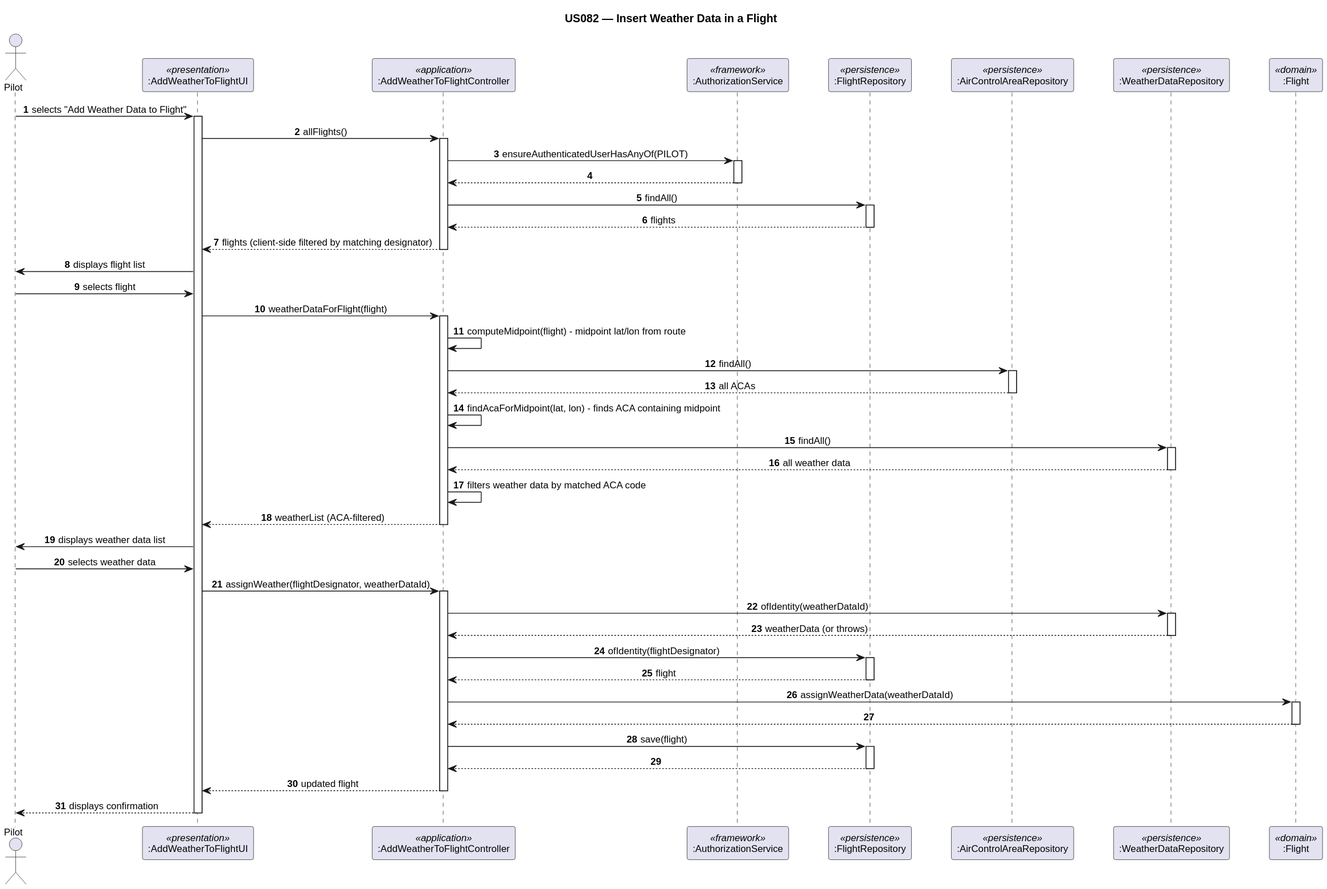
Above: docs/Sprint3/EAPLI/us_082/sd_us082_add_weather_data_to_flight.svg in 1240826/aisafe-flight-control (PlantUML), before the change.
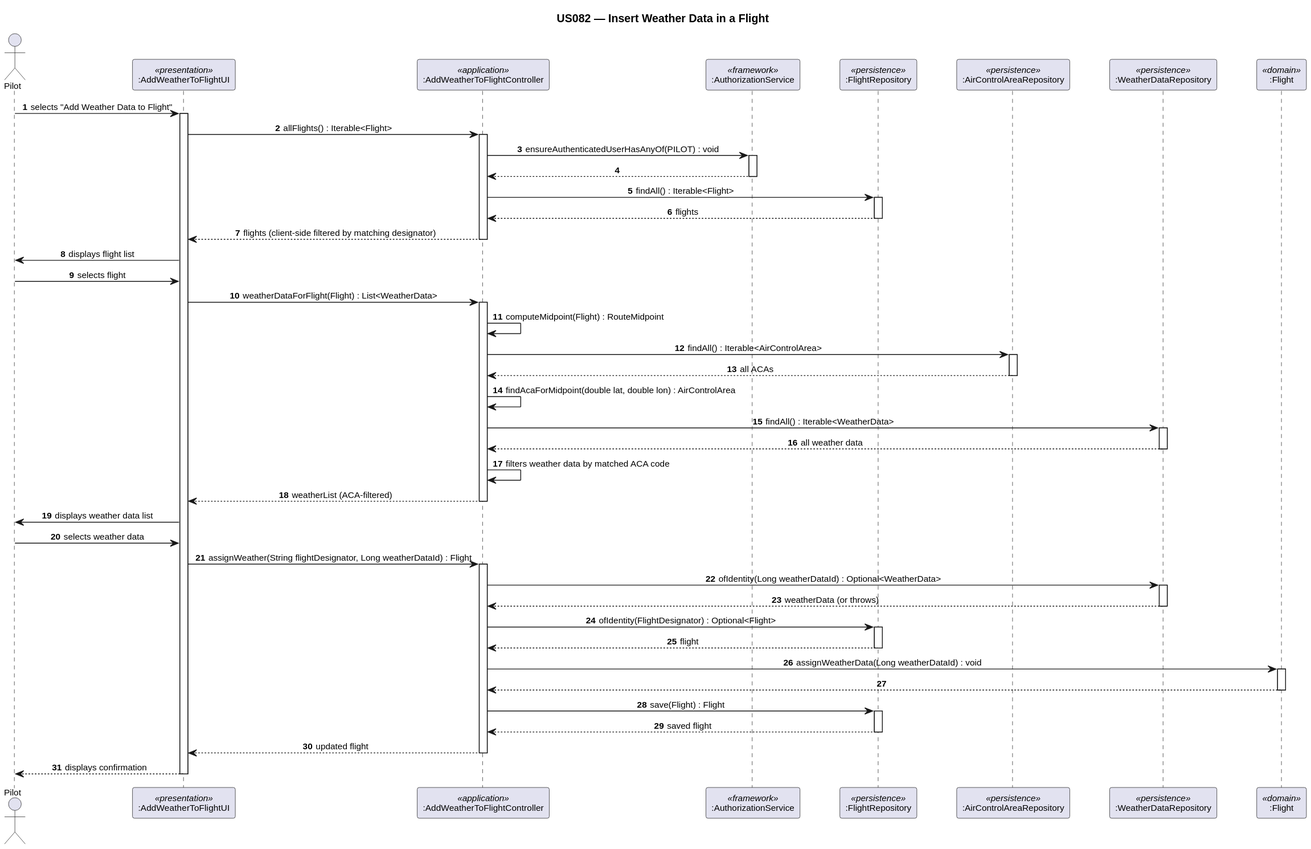
Later version of the same file.

The edit, as a diff of the source:
```diff
@@ -3,7 +3,7 @@
 
 skinparam sequenceMessageAlign center
 skinparam defaultFontName Arial
-skinparam defaultFontSize 12
+skinparam defaultFontSize 11
 skinparam ParticipantPadding 20
 
 autonumber
@@ -20,15 +20,15 @@
 actor -> ui : selects "Add Weather Data to Flight"
 activate ui
 
-ui -> ctrl : allFlights()
+ui -> ctrl : allFlights() : Iterable<Flight>
 activate ctrl
 
-ctrl -> authz : ensureAuthenticatedUserHasAnyOf(PILOT)
+ctrl -> authz : ensureAuthenticatedUserHasAnyOf(PILOT) : void
 activate authz
 authz --> ctrl
 deactivate authz
 
-ctrl -> flightRepo : findAll()
+ctrl -> flightRepo : findAll() : Iterable<Flight>
 activate flightRepo
 flightRepo --> ctrl : flights
 deactivate flightRepo
@@ -39,18 +39,18 @@
 ui -> actor : displays flight list
 actor -> ui : selects flight
 
-ui -> ctrl : weatherDataForFlight(flight)
+ui -> ctrl : weatherDataForFlight(Flight) : List<WeatherData>
 activate ctrl
 
-ctrl -> ctrl : computeMidpoint(flight) - midpoint lat/lon from route
-ctrl -> acaRepo : findAll()
+ctrl -> ctrl : computeMidpoint(Flight) : RouteMidpoint
+ctrl -> acaRepo : findAll() : Iterable<AirControlArea>
 activate acaRepo
 acaRepo --> ctrl : all ACAs
 deactivate acaRepo
 
-ctrl -> ctrl : findAcaForMidpoint(lat, lon) - finds ACA containing midpoint
+ctrl -> ctrl : findAcaForMidpoint(double lat, double lon) : AirControlArea
 
-ctrl -> wdRepo : findAll()
+ctrl -> wdRepo : findAll() : Iterable<WeatherData>
 activate wdRepo
 wdRepo --> ctrl : all weather data
 deactivate wdRepo
@@ -62,27 +62,27 @@
 ui -> actor : displays weather data list
 actor -> ui : selects weather data
 
-ui -> ctrl : assignWeather(flightDesignator, weatherDataId)
+ui -> ctrl : assignWeather(String flightDesignator, Long weatherDataId) : Flight
 activate ctrl
 
-ctrl -> wdRepo : ofIdentity(weatherDataId)
+ctrl -> wdRepo : ofIdentity(Long weatherDataId) : Optional<WeatherData>
 activate wdRepo
 wdRepo --> ctrl : weatherData (or throws)
 deactivate wdRepo
 
-ctrl -> flightRepo : ofIdentity(flightDesignator)
+ctrl -> flightRepo : ofIdentity(FlightDesignator) : Optional<Flight>
 activate flightRepo
 flightRepo --> ctrl : flight
 deactivate flightRepo
 
-ctrl -> flight : assignWeatherData(weatherDataId)
+ctrl -> flight : assignWeatherData(Long weatherDataId) : void
 activate flight
 flight --> ctrl
 deactivate flight
 
-ctrl -> flightRepo : save(flight)
+ctrl -> flightRepo : save(Flight) : Flight
 activate flightRepo
-flightRepo --> ctrl
+flightRepo --> ctrl : saved flight
 deactivate flightRepo
 
 ctrl --> ui : updated flight
```
